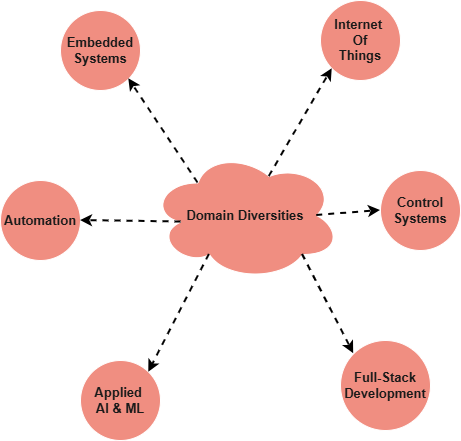
Above: flow.drawio.png in Agnibha-31/Agnibha-31 (draw.io), before the change. Source tidied: cells renumbered, new cells last; positions are measured from the earlier drawing's top-left corner, leaving out a move shared by most shapes.
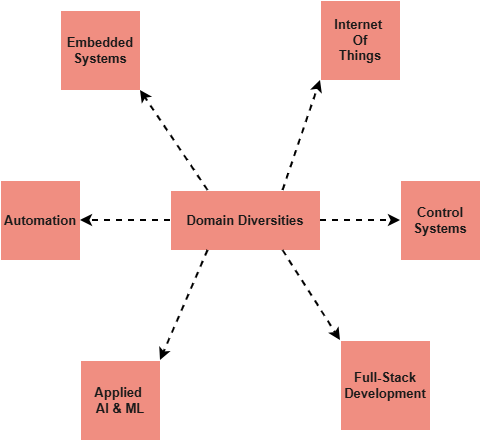
Above is the later version.

What changed in the source:
```diff
@@ -2,43 +2,43 @@
   <root>
     <mxCell id="0" />
     <mxCell id="1" parent="0" />
-    <mxCell id="2" value="Domain Diversities" style="ellipse;shape=cloud;whiteSpace=wrap;html=1;fontColor=#1A1A1A;strokeColor=#FFFFFF;rounded=0;labelBackgroundColor=none;fillColor=#F08E81;fontSize=13;fontStyle=1;" parent="1" vertex="1">
-      <mxGeometry x="150" y="150" width="190" height="130" as="geometry" />
+    <mxCell id="2" value="Domain Diversities" style="rectangle;shape=rectangle;whiteSpace=wrap;html=1;fontColor=light-dark(#1A1A1A,#000000);strokeColor=#FFFFFF;rounded=0;labelBackgroundColor=none;fillColor=#F08E81;fontSize=13;fontStyle=1;" parent="1" vertex="1">
+      <mxGeometry x="170" y="190" width="150" height="60" as="geometry" />
     </mxCell>
-    <mxCell id="3" value="Embedded Systems" style="ellipse;whiteSpace=wrap;html=1;fontColor=#1A1A1A;strokeColor=#FFFFFF;rounded=0;labelBackgroundColor=none;fillColor=#F08E81;fontSize=13;fontStyle=1;" parent="1" vertex="1">
+    <mxCell id="3" value="Embedded Systems" style="rectangle;whiteSpace=wrap;html=1;fontColor=light-dark(#1A1A1A,#000000);strokeColor=#FFFFFF;rounded=0;labelBackgroundColor=none;fillColor=#F08E81;fontSize=13;fontStyle=1;" parent="1" vertex="1">
       <mxGeometry x="60" y="10" width="80" height="80" as="geometry" />
     </mxCell>
-    <mxCell id="4" value="Internet&amp;nbsp;&lt;div&gt;Of&lt;/div&gt;&lt;div&gt;Things&lt;/div&gt;" style="ellipse;whiteSpace=wrap;html=1;fontColor=#1A1A1A;strokeColor=#FFFFFF;rounded=0;labelBackgroundColor=none;fillColor=#F08E81;fontSize=13;fontStyle=1;" parent="1" vertex="1">
+    <mxCell id="4" value="Internet&amp;nbsp;&lt;div&gt;Of&lt;/div&gt;&lt;div&gt;Things&lt;/div&gt;" style="rectangle;whiteSpace=wrap;html=1;fontColor=light-dark(#1A1A1A,#000000);strokeColor=#FFFFFF;rounded=0;labelBackgroundColor=none;fillColor=#F08E81;fontSize=13;fontStyle=1;" parent="1" vertex="1">
       <mxGeometry x="320" width="80" height="80" as="geometry" />
     </mxCell>
-    <mxCell id="5" value="Control Systems" style="ellipse;whiteSpace=wrap;html=1;fontColor=#1A1A1A;strokeColor=#FFFFFF;rounded=0;labelBackgroundColor=none;fillColor=#F08E81;fontSize=13;fontStyle=1;" parent="1" vertex="1">
-      <mxGeometry x="380" y="170" width="80" height="80" as="geometry" />
+    <mxCell id="5" value="Control Systems" style="rectangle;whiteSpace=wrap;html=1;fontColor=light-dark(#1A1A1A,#000000);strokeColor=#FFFFFF;rounded=0;labelBackgroundColor=none;fillColor=#F08E81;fontSize=13;fontStyle=1;" parent="1" vertex="1">
+      <mxGeometry x="400" y="180" width="80" height="80" as="geometry" />
     </mxCell>
-    <mxCell id="6" value="Full-Stack Development" style="ellipse;whiteSpace=wrap;html=1;fontColor=#1A1A1A;strokeColor=#FFFFFF;rounded=0;labelBackgroundColor=none;fillColor=#F08E81;fontSize=13;fontStyle=1;" parent="1" vertex="1">
+    <mxCell id="6" value="Full-Stack Development" style="rectangle;whiteSpace=wrap;html=1;fontColor=light-dark(#1A1A1A,#000000);strokeColor=#FFFFFF;rounded=0;labelBackgroundColor=none;fillColor=#F08E81;fontSize=13;fontStyle=1;" parent="1" vertex="1">
       <mxGeometry x="340" y="340" width="90" height="90" as="geometry" />
     </mxCell>
-    <mxCell id="7" value="Applied&amp;nbsp;&lt;div&gt;AI &amp;amp; ML&lt;/div&gt;" style="ellipse;whiteSpace=wrap;html=1;fontColor=#1A1A1A;strokeColor=#FFFFFF;rounded=0;labelBackgroundColor=none;fillColor=#F08E81;fontSize=13;fontStyle=1;" parent="1" vertex="1">
+    <mxCell id="7" value="Applied&amp;nbsp;&lt;div&gt;AI &amp;amp; ML&lt;/div&gt;" style="rectangle;whiteSpace=wrap;html=1;fontColor=light-dark(#1A1A1A,#000000);strokeColor=#FFFFFF;rounded=0;labelBackgroundColor=none;fillColor=#F08E81;fontSize=13;fontStyle=1;" parent="1" vertex="1">
       <mxGeometry x="80" y="360" width="80" height="80" as="geometry" />
     </mxCell>
-    <mxCell id="8" value="Automation" style="ellipse;whiteSpace=wrap;html=1;fontColor=#1A1A1A;strokeColor=#FFFFFF;rounded=0;labelBackgroundColor=none;fillColor=#F08E81;fontSize=13;fontStyle=1;" parent="1" vertex="1">
+    <mxCell id="8" value="Automation" style="rectangle;whiteSpace=wrap;html=1;fontColor=light-dark(#1A1A1A,#000000);strokeColor=#FFFFFF;rounded=0;labelBackgroundColor=none;fillColor=#F08E81;fontSize=13;fontStyle=1;" parent="1" vertex="1">
       <mxGeometry y="180" width="80" height="80" as="geometry" />
     </mxCell>
-    <mxCell id="9" style="endArrow=classic;html=1;rounded=0;exitX=0.25;exitY=0.25;exitDx=0;exitDy=0;exitPerimeter=0;entryX=1;entryY=1;entryDx=0;entryDy=0;dashed=1;strokeWidth=2;labelBackgroundColor=none;fontColor=light-dark(#000000,#0000CC);strokeColor=light-dark(#000000,#FFFF00);" parent="1" edge="1" source="2" target="3">
+    <mxCell id="9" style="endArrow=classic;html=1;rounded=0;exitX=0.25;exitY=0;exitDx=0;exitDy=0;entryX=1;entryY=1;entryDx=0;entryDy=0;dashed=1;strokeWidth=2;labelBackgroundColor=none;fontColor=light-dark(#000000,#0000CC);strokeColor=light-dark(#000000,#0000CC);" parent="1" edge="1" source="2" target="3">
       <mxGeometry relative="1" as="geometry" />
     </mxCell>
-    <mxCell id="10" style="endArrow=classic;html=1;rounded=0;exitX=0.625;exitY=0.2;exitDx=0;exitDy=0;exitPerimeter=0;entryX=0;entryY=1;entryDx=0;entryDy=0;dashed=1;strokeWidth=2;labelBackgroundColor=none;fontColor=light-dark(#000000,#0000CC);strokeColor=light-dark(#000000,#FFFF00);" parent="1" edge="1" source="2" target="4">
+    <mxCell id="10" style="endArrow=classic;html=1;rounded=0;exitX=0.75;exitY=0;exitDx=0;exitDy=0;entryX=0;entryY=1;entryDx=0;entryDy=0;dashed=1;strokeWidth=2;labelBackgroundColor=none;fontColor=light-dark(#000000,#0000CC);strokeColor=light-dark(#000000,#0000CC);" parent="1" edge="1" source="2" target="4">
       <mxGeometry relative="1" as="geometry" />
     </mxCell>
-    <mxCell id="11" style="endArrow=classic;html=1;rounded=0;exitX=0.875;exitY=0.5;exitDx=0;exitDy=0;exitPerimeter=0;entryX=0;entryY=0.5;entryDx=0;entryDy=0;dashed=1;strokeWidth=2;labelBackgroundColor=none;fontColor=light-dark(#000000,#0000FF);strokeColor=light-dark(#000000,#FFFF00);" parent="1" edge="1" source="2" target="5">
+    <mxCell id="11" style="endArrow=classic;html=1;rounded=0;entryX=0;entryY=0.5;entryDx=0;entryDy=0;dashed=1;strokeWidth=2;labelBackgroundColor=none;fontColor=light-dark(#000000,#0000FF);strokeColor=light-dark(#000000,#0000CC);exitX=1;exitY=0.5;exitDx=0;exitDy=0;" parent="1" edge="1" source="2" target="5">
       <mxGeometry relative="1" as="geometry" />
     </mxCell>
-    <mxCell id="12" style="endArrow=classic;html=1;rounded=0;exitX=0.8;exitY=0.8;exitDx=0;exitDy=0;exitPerimeter=0;entryX=0;entryY=0;entryDx=0;entryDy=0;dashed=1;strokeWidth=2;labelBackgroundColor=none;fontColor=light-dark(#000000,#0000CC);strokeColor=light-dark(#000000,#FFFF00);" parent="1" edge="1" source="2" target="6">
+    <mxCell id="12" style="endArrow=classic;html=1;rounded=0;exitX=0.75;exitY=1;exitDx=0;exitDy=0;entryX=0;entryY=0;entryDx=0;entryDy=0;dashed=1;strokeWidth=2;labelBackgroundColor=none;fontColor=light-dark(#000000,#0000CC);strokeColor=light-dark(#000000,#0000CC);" parent="1" edge="1" source="2" target="6">
       <mxGeometry relative="1" as="geometry" />
     </mxCell>
-    <mxCell id="13" style="endArrow=classic;html=1;rounded=0;exitX=0.31;exitY=0.8;exitDx=0;exitDy=0;exitPerimeter=0;entryX=1;entryY=0;entryDx=0;entryDy=0;dashed=1;strokeWidth=2;labelBackgroundColor=none;fontColor=light-dark(#000000,#0000CC);strokeColor=light-dark(#000000,#FFFF00);" parent="1" edge="1" source="2" target="7">
+    <mxCell id="13" style="endArrow=classic;html=1;rounded=0;exitX=0.25;exitY=1;exitDx=0;exitDy=0;entryX=1;entryY=0;entryDx=0;entryDy=0;dashed=1;strokeWidth=2;labelBackgroundColor=none;fontColor=light-dark(#000000,#0000CC);strokeColor=light-dark(#000000,#0000CC);" parent="1" edge="1" source="2" target="7">
       <mxGeometry relative="1" as="geometry" />
     </mxCell>
-    <mxCell id="14" style="endArrow=classic;html=1;rounded=0;exitX=0.16;exitY=0.55;exitDx=0;exitDy=0;exitPerimeter=0;entryX=1;entryY=0.5;entryDx=0;entryDy=0;dashed=1;strokeWidth=2;labelBackgroundColor=none;fontColor=light-dark(#000000,#0000CC);strokeColor=light-dark(#000000,#FFFF00);" parent="1" edge="1" source="2" target="8">
+    <mxCell id="14" style="endArrow=classic;html=1;rounded=0;exitX=0;exitY=0.5;exitDx=0;exitDy=0;entryX=1;entryY=0.5;entryDx=0;entryDy=0;dashed=1;strokeWidth=2;labelBackgroundColor=none;fontColor=light-dark(#000000,#0000CC);strokeColor=light-dark(#000000,#0000CC);" parent="1" edge="1" source="2" target="8">
       <mxGeometry relative="1" as="geometry" />
     </mxCell>
   </root>
```
